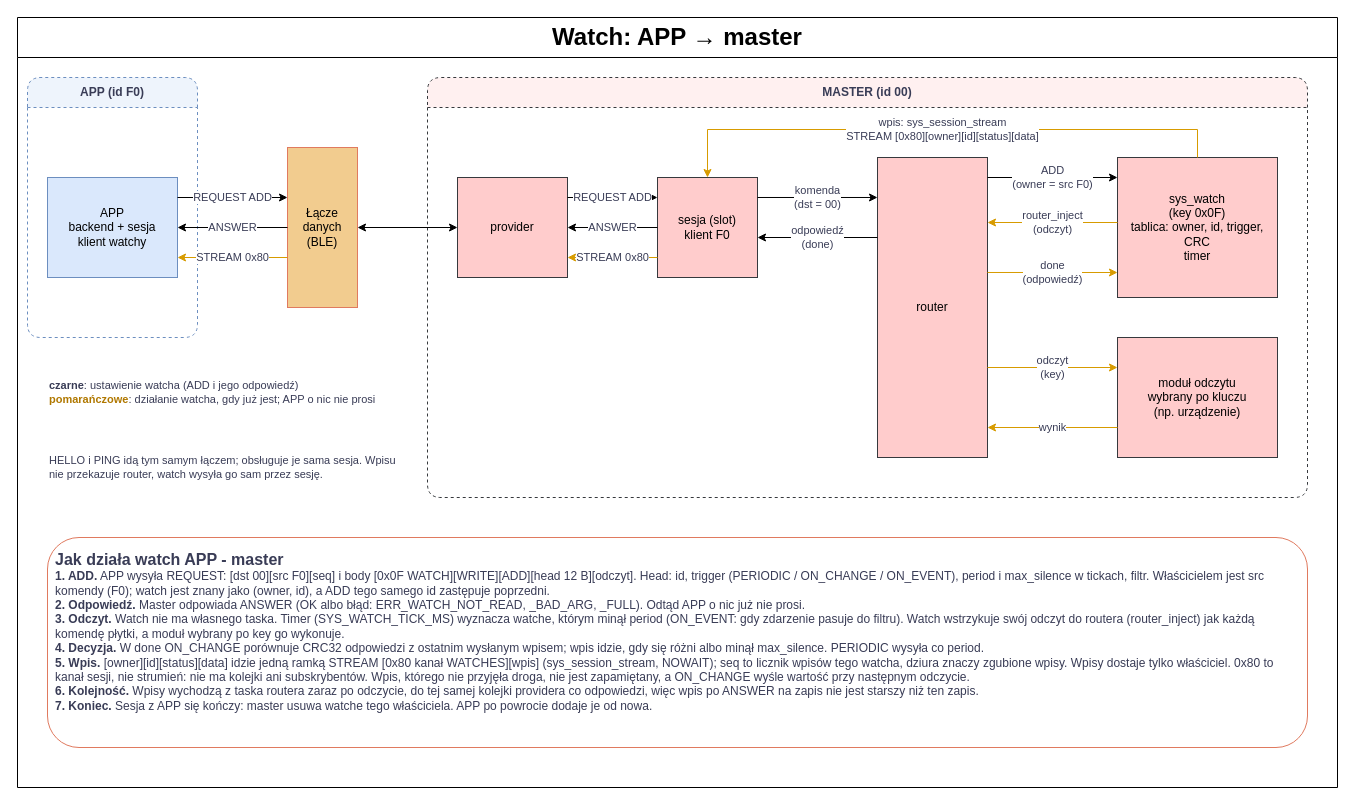
Above: page "4 Watch: APP i master" (4 of 10) of _SOFTWARE/runit-dataflow.drawio in prukasz/runIT (draw.io), before the change. Source tidied: cells renumbered, new cells numbered last; positions are measured from the earlier drawing's top-left corner, leaving out a move shared by most shapes. Both pictures are drawn from the tidied source at 100%, with x=0, y=0 at pixel (17, 17).
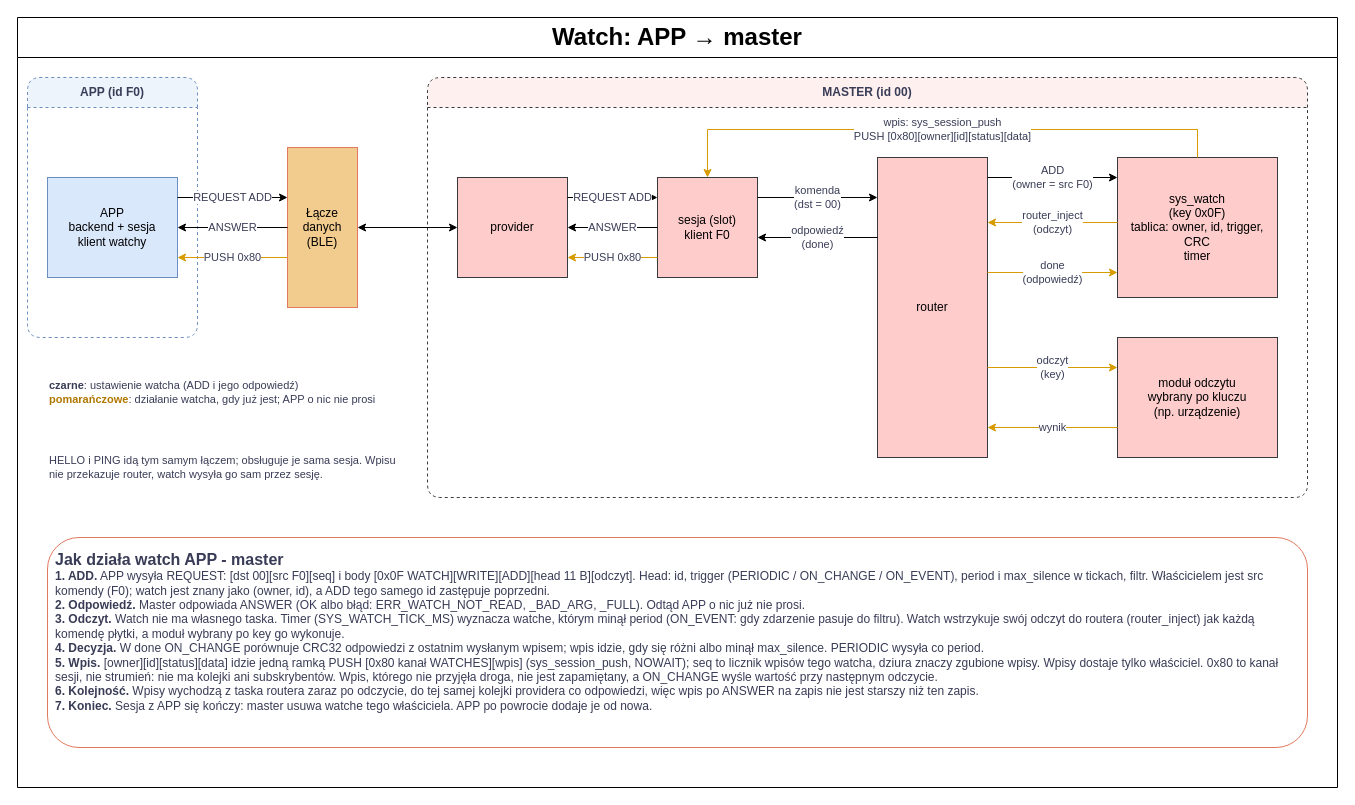
After the change.

The change refers to these unchanged cells:
```xml
<mxCell id="5" value="APP&lt;br&gt;backend + sesja&lt;br&gt;klient watchy" style="rounded=0;whiteSpace=wrap;html=1;fillColor=#dae8fc;strokeColor=#6c8ebf;fontColor=#000000;" parent="1" vertex="1">
  <mxGeometry x="30" y="160" width="130" height="100" as="geometry" />
</mxCell>
<mxCell id="6" value="Łącze danych&lt;br&gt;(BLE)" style="rounded=0;whiteSpace=wrap;html=1;fillColor=#F2CC8F;strokeColor=#E07A5F;fontColor=#000000;" parent="1" vertex="1">
  <mxGeometry x="270" y="130" width="70" height="160" as="geometry" />
</mxCell>
<mxCell id="7" value="provider" style="rounded=0;whiteSpace=wrap;html=1;fillColor=#ffcccc;strokeColor=#36393d;fontColor=#000000;" parent="1" vertex="1">
  <mxGeometry x="440" y="160" width="110" height="100" as="geometry" />
</mxCell>
<mxCell id="8" value="sesja (slot)&lt;br&gt;klient F0" style="rounded=0;whiteSpace=wrap;html=1;fillColor=#ffcccc;strokeColor=#36393d;fontColor=#000000;" parent="1" vertex="1">
  <mxGeometry x="640" y="160" width="100" height="100" as="geometry" />
</mxCell>
<mxCell id="10" value="sys_watch&lt;br&gt;(key 0x0F)&lt;br&gt;tablica: owner, id, trigger, CRC&lt;br&gt;timer" style="rounded=0;whiteSpace=wrap;html=1;fillColor=#ffcccc;strokeColor=#36393d;fontColor=#000000;" parent="1" vertex="1">
  <mxGeometry x="1100" y="140" width="160" height="140" as="geometry" />
</mxCell>
```

The edit, as a diff of the source:
```diff
@@
-    <mxCell id="14" value="STREAM 0x80" style="edgeStyle=orthogonalEdgeStyle;rounded=0;html=1;strokeColor=#D79B00;fontColor=#393C56;fontSize=11;labelBackgroundColor=default;exitDx=0;exitDy=0;entryDx=0;entryDy=0;exitX=0.0000;exitY=0.6875;entryX=1.0000;entryY=0.8000;" parent="1" edge="1" source="6" target="5">
+    <mxCell id="14" value="PUSH 0x80" style="edgeStyle=orthogonalEdgeStyle;rounded=0;html=1;strokeColor=#D79B00;fontColor=#393C56;fontSize=11;labelBackgroundColor=default;exitDx=0;exitDy=0;entryDx=0;entryDy=0;exitX=0.0000;exitY=0.6875;entryX=1.0000;entryY=0.8000;" parent="1" edge="1" source="6" target="5">
       <mxGeometry relative="1" as="geometry" />
     </mxCell>
@@
-    <mxCell id="18" value="STREAM 0x80" style="edgeStyle=orthogonalEdgeStyle;rounded=0;html=1;strokeColor=#D79B00;fontColor=#393C56;fontSize=11;labelBackgroundColor=default;exitDx=0;exitDy=0;entryDx=0;entryDy=0;exitX=0.0000;exitY=0.8000;entryX=1.0000;entryY=0.8000;" parent="1" edge="1" source="8" target="7">
+    <mxCell id="18" value="PUSH 0x80" style="edgeStyle=orthogonalEdgeStyle;rounded=0;html=1;strokeColor=#D79B00;fontColor=#393C56;fontSize=11;labelBackgroundColor=default;exitDx=0;exitDy=0;entryDx=0;entryDy=0;exitX=0.0000;exitY=0.8000;entryX=1.0000;entryY=0.8000;" parent="1" edge="1" source="8" target="7">
       <mxGeometry relative="1" as="geometry" />
     </mxCell>
@@
-    <mxCell id="26" value="wpis: sys_session_stream&lt;br&gt;STREAM [0x80][owner][id][status][data]" style="edgeStyle=orthogonalEdgeStyle;rounded=0;html=1;strokeColor=#D79B00;fontColor=#393C56;fontSize=11;labelBackgroundColor=default;exitDx=0;exitDy=0;entryDx=0;entryDy=0;exitX=0.5000;exitY=0.0000;entryX=0.5000;entryY=0.0000;" parent="1" edge="1" source="10" target="8">
+    <mxCell id="26" value="wpis: sys_session_push&lt;br&gt;PUSH [0x80][owner][id][status][data]" style="edgeStyle=orthogonalEdgeStyle;rounded=0;html=1;strokeColor=#D79B00;fontColor=#393C56;fontSize=11;labelBackgroundColor=default;exitDx=0;exitDy=0;entryDx=0;entryDy=0;exitX=0.5000;exitY=0.0000;entryX=0.5000;entryY=0.0000;" parent="1" edge="1" source="10" target="8">
       <mxGeometry relative="1" as="geometry">
         <Array as="points">
           <mxPoint x="1180" y="112" />
           <mxPoint x="690" y="112" />
         </Array>
       </mxGeometry>
     </mxCell>
@@
-    <mxCell id="29" value="&lt;b style='font-size:16px'&gt;Jak działa watch APP - master&lt;/b&gt;&lt;br&gt;&lt;b&gt;1. ADD.&lt;/b&gt; APP wysyła REQUEST: [dst 00][src F0][seq] i body [0x0F WATCH][WRITE][ADD][head 12 B][odczyt]. Head: id, trigger (PERIODIC / ON_CHANGE / ON_EVENT), period i max_silence w tickach, filtr. Właścicielem jest src komendy (F0); watch jest znany jako (owner, id), a ADD tego samego id zastępuje poprzedni.&lt;br&gt;&lt;b&gt;2. Odpowiedź.&lt;/b&gt; Master odpowiada ANSWER (OK albo błąd: ERR_WATCH_NOT_READ, _BAD_ARG, _FULL). Odtąd APP o nic już nie prosi.&lt;br&gt;&lt;b&gt;3. Odczyt.&lt;/b&gt; Watch nie ma własnego taska. Timer (SYS_WATCH_TICK_MS) wyznacza watche, którym minął period (ON_EVENT: gdy zdarzenie pasuje do filtru). Watch wstrzykuje swój odczyt do routera (router_inject) jak każdą komendę płytki, a moduł wybrany po key go wykonuje.&lt;br&gt;&lt;b&gt;4. Decyzja.&lt;/b&gt; W done ON_CHANGE porównuje CRC32 odpowiedzi z ostatnim wysłanym wpisem; wpis idzie, gdy się różni albo minął max_silence. PERIODIC wysyła co period.&lt;br&gt;&lt;b&gt;5. Wpis.&lt;/b&gt; [owner][id][status][data] idzie jedną ramką STREAM [0x80 kanał WATCHES][wpis] (sys_session_stream, NOWAIT); seq to licznik wpisów tego watcha, dziura znaczy zgubione wpisy. Wpisy dostaje tylko właściciel. 0x80 to kanał sesji, nie strumień: nie ma kolejki ani subskrybentów. Wpis, którego nie przyjęła droga, nie jest zapamiętany, a ON_CHANGE wyśle wartość przy następnym odczycie.&lt;br&gt;&lt;b&gt;6. Kolejność.&lt;/b&gt; Wpisy wychodzą z taska routera zaraz po odczycie, do tej samej kolejki providera co odpowiedzi, więc wpis po ANSWER na zapis nie jest starszy niż ten zapis.&lt;br&gt;&lt;b&gt;7. Koniec.&lt;/b&gt; Sesja z APP się kończy: master usuwa watche tego właściciela. APP po powrocie dodaje je od nowa." style="text;html=1;align=left;verticalAlign=top;whiteSpace=wrap;fontColor=#393C56;fontSize=12;strokeColor=#E07A5F;rounded=1;spacing=8;" parent="1" vertex="1">
+    <mxCell id="29" value="&lt;b style='font-size:16px'&gt;Jak działa watch APP - master&lt;/b&gt;&lt;br&gt;&lt;b&gt;1. ADD.&lt;/b&gt; APP wysyła REQUEST: [dst 00][src F0][seq] i body [0x0F WATCH][WRITE][ADD][head 11 B][odczyt]. Head: id, trigger (PERIODIC / ON_CHANGE / ON_EVENT), period i max_silence w tickach, filtr. Właścicielem jest src komendy (F0); watch jest znany jako (owner, id), a ADD tego samego id zastępuje poprzedni.&lt;br&gt;&lt;b&gt;2. Odpowiedź.&lt;/b&gt; Master odpowiada ANSWER (OK albo błąd: ERR_WATCH_NOT_READ, _BAD_ARG, _FULL). Odtąd APP o nic już nie prosi.&lt;br&gt;&lt;b&gt;3. Odczyt.&lt;/b&gt; Watch nie ma własnego taska. Timer (SYS_WATCH_TICK_MS) wyznacza watche, którym minął period (ON_EVENT: gdy zdarzenie pasuje do filtru). Watch wstrzykuje swój odczyt do routera (router_inject) jak każdą komendę płytki, a moduł wybrany po key go wykonuje.&lt;br&gt;&lt;b&gt;4. Decyzja.&lt;/b&gt; W done ON_CHANGE porównuje CRC32 odpowiedzi z ostatnim wysłanym wpisem; wpis idzie, gdy się różni albo minął max_silence. PERIODIC wysyła co period.&lt;br&gt;&lt;b&gt;5. Wpis.&lt;/b&gt; [owner][id][status][data] idzie jedną ramką PUSH [0x80 kanał WATCHES][wpis] (sys_session_push, NOWAIT); seq to licznik wpisów tego watcha, dziura znaczy zgubione wpisy. Wpisy dostaje tylko właściciel. 0x80 to kanał sesji, nie strumień: nie ma kolejki ani subskrybentów. Wpis, którego nie przyjęła droga, nie jest zapamiętany, a ON_CHANGE wyśle wartość przy następnym odczycie.&lt;br&gt;&lt;b&gt;6. Kolejność.&lt;/b&gt; Wpisy wychodzą z taska routera zaraz po odczycie, do tej samej kolejki providera co odpowiedzi, więc wpis po ANSWER na zapis nie jest starszy niż ten zapis.&lt;br&gt;&lt;b&gt;7. Koniec.&lt;/b&gt; Sesja z APP się kończy: master usuwa watche tego właściciela. APP po powrocie dodaje je od nowa." style="text;html=1;align=left;verticalAlign=top;whiteSpace=wrap;fontColor=#393C56;fontSize=12;strokeColor=#E07A5F;rounded=1;spacing=8;" parent="1" vertex="1">
       <mxGeometry x="30" y="520" width="1260" height="210" as="geometry" />
     </mxCell>
```
